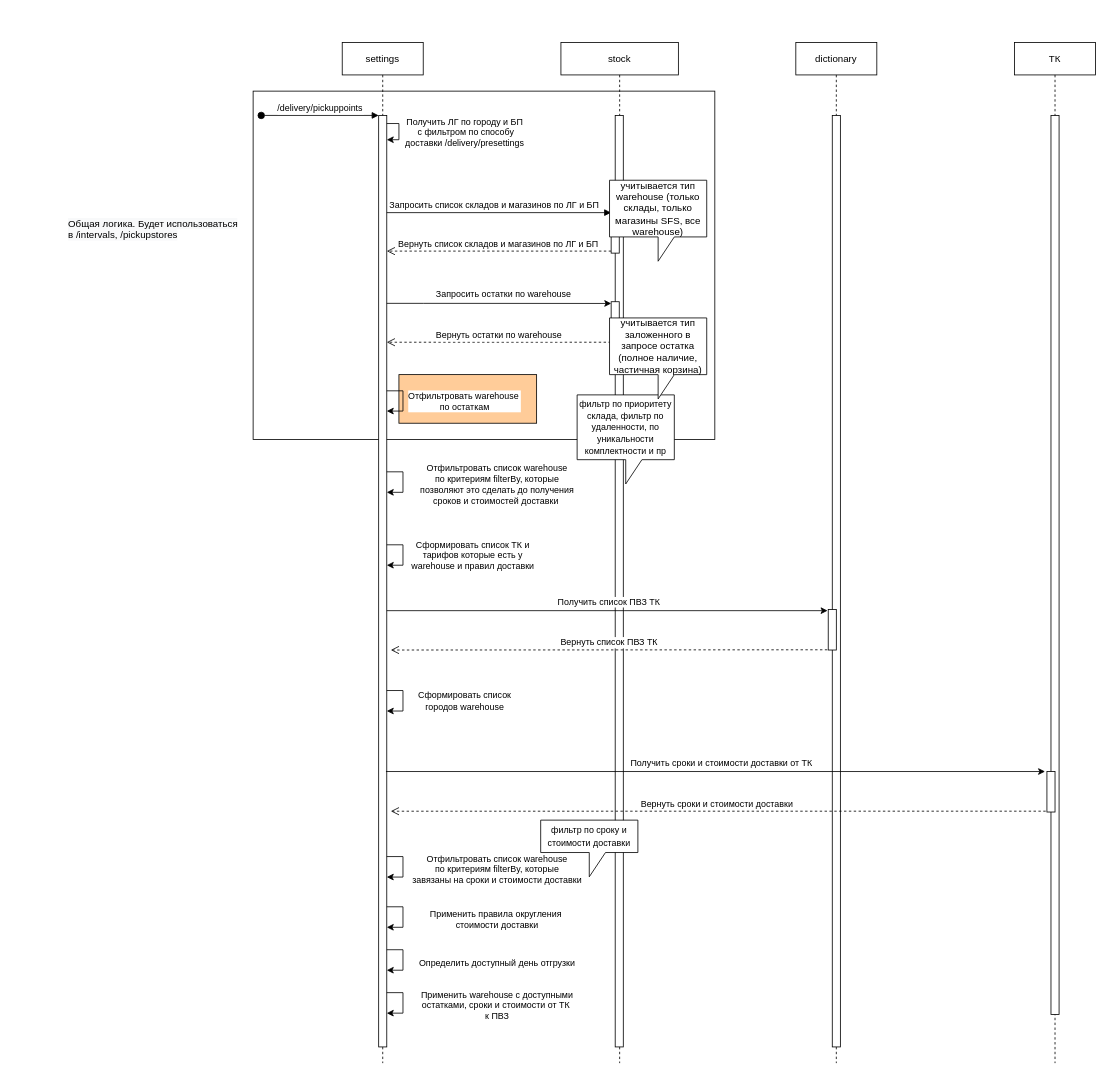
This is page "Страница 2" (2 of 3) of education.drawio from yanelena/diagrams, a draw.io file, before an edit. Source tidied: cells renumbered, new cells numbered last; positions are measured from the earlier drawing's top-left corner, leaving out a move shared by most shapes. Both pictures are drawn from the tidied source at 81%, with x=0, y=0 at pixel (66, 42).
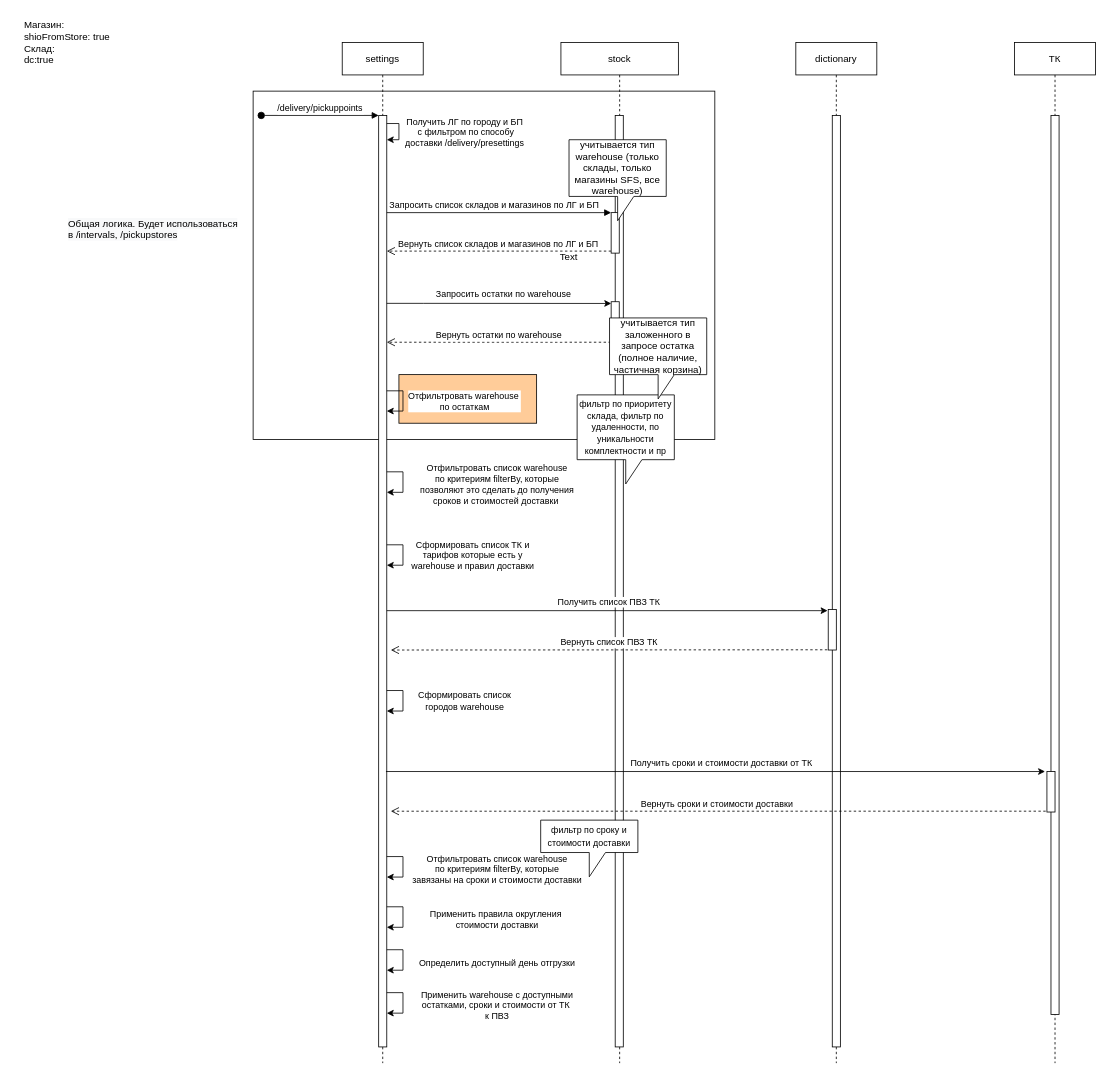
The same page after the edit.

What changed in the source:
```diff
@@
     <mxCell id="44" value="учитывается тип warehouse (только склады, только магазины SFS, все warehouse)" style="shape=callout;whiteSpace=wrap;html=1;perimeter=calloutPerimeter;" parent="1" vertex="1">
-      <mxGeometry x="670" y="170" width="120" height="100" as="geometry" />
+      <mxGeometry x="620" y="120" width="120" height="100" as="geometry" />
     </mxCell>
@@
+    <mxCell id="51" value="Text" style="text;html=1;strokeColor=none;fillColor=none;align=center;verticalAlign=middle;whiteSpace=wrap;rounded=0;" parent="1" vertex="1">
+      <mxGeometry x="590" y="250" width="60" height="30" as="geometry" />
+    </mxCell>
+    <mxCell id="52" value="&lt;div style=&quot;text-align: left;&quot;&gt;&lt;span style=&quot;background-color: initial;&quot;&gt;Магазин:&amp;nbsp;&lt;/span&gt;&lt;/div&gt;shioFromStore: true&lt;br&gt;&lt;div style=&quot;text-align: left;&quot;&gt;&lt;span style=&quot;background-color: initial;&quot;&gt;Склад:&amp;nbsp;&lt;/span&gt;&lt;/div&gt;&lt;div style=&quot;text-align: left;&quot;&gt;&lt;span style=&quot;background-color: initial;&quot;&gt;dc:true&lt;/span&gt;&lt;/div&gt;" style="text;html=1;align=center;verticalAlign=middle;strokeColor=none;fillColor=none;" parent="1" vertex="1">
+      <mxGeometry x="-65" y="-35" width="130" height="70" as="geometry" />
+    </mxCell>
```
